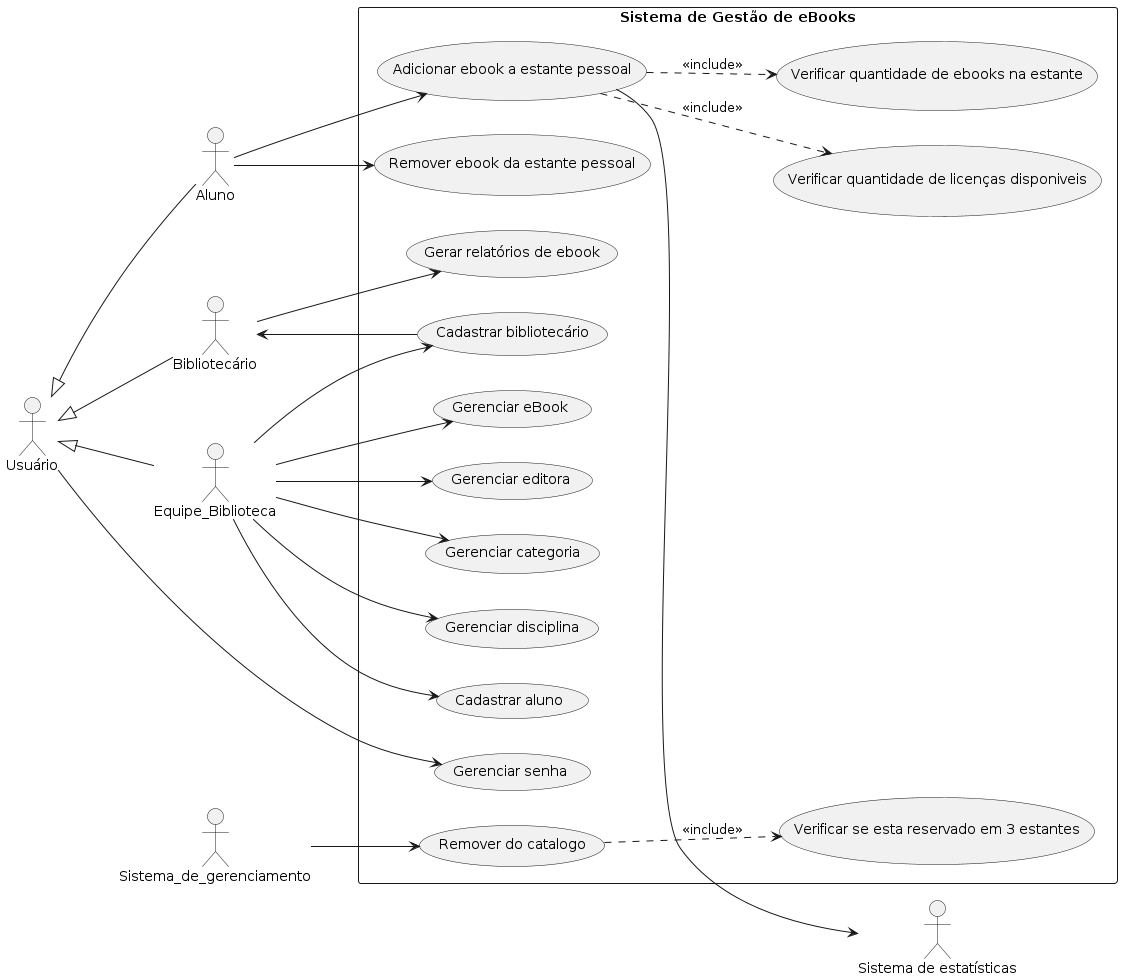
brunokilo/lab01-ebooks-biblioteca keeps this PlantUML diagram as docs/diagramas/casos-de-uso.png. Above is the earlier version.
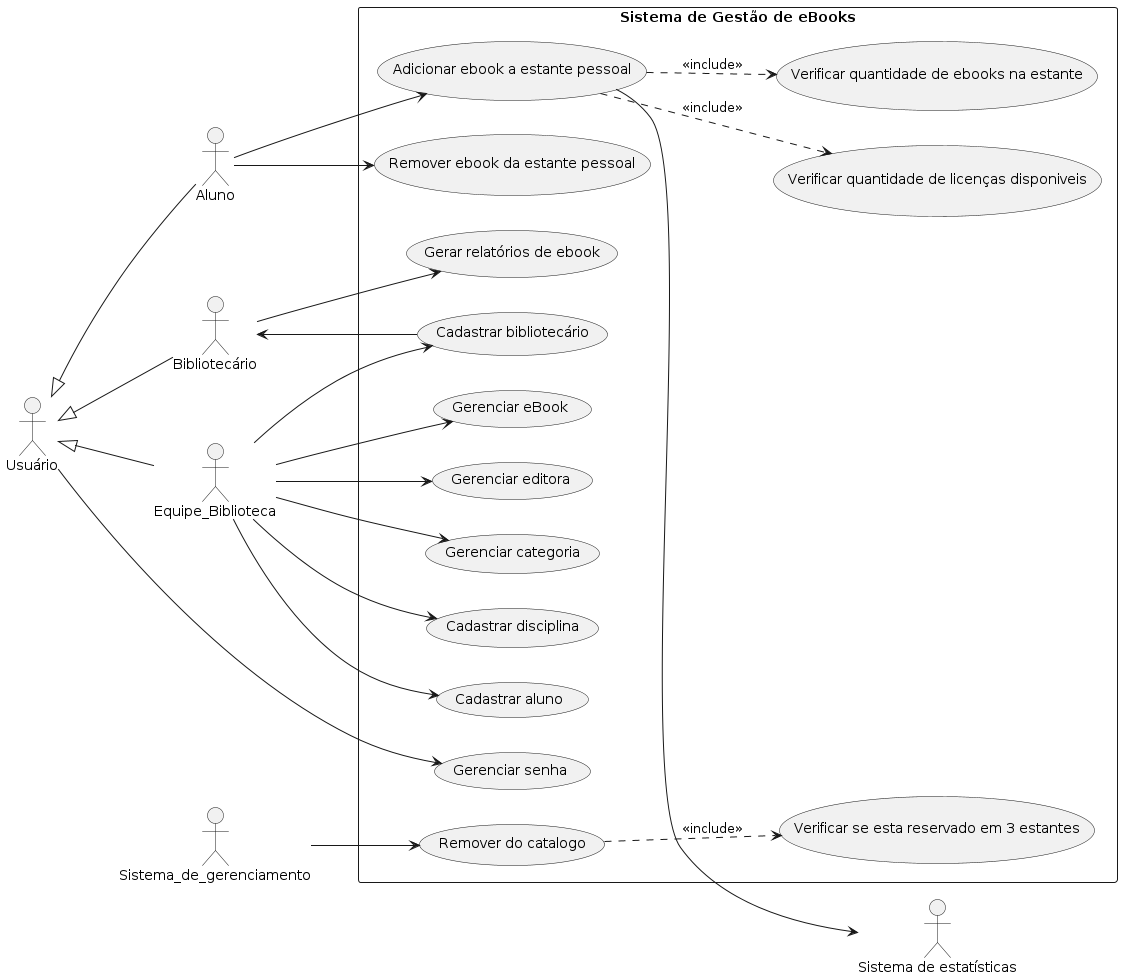
After the change.

Commit message:
diagramas: atualiza imagem do diagrama de casos de uso

The edit, as a diff of the source:
```diff
@@ -17,7 +17,7 @@
   usecase "Gerenciar eBook" as UC05
   usecase "Gerenciar editora" as UC06
   usecase "Gerenciar categoria" as UC07
-  usecase "Gerenciar disciplina" as UC08
+  usecase "Cadastrar disciplina" as UC08
   usecase "Remover do catalogo" as UC09
   usecase "Verificar se esta reservado em 3 estantes" as UC10
   usecase "Verificar quantidade de ebooks na estante" as UC11
```
